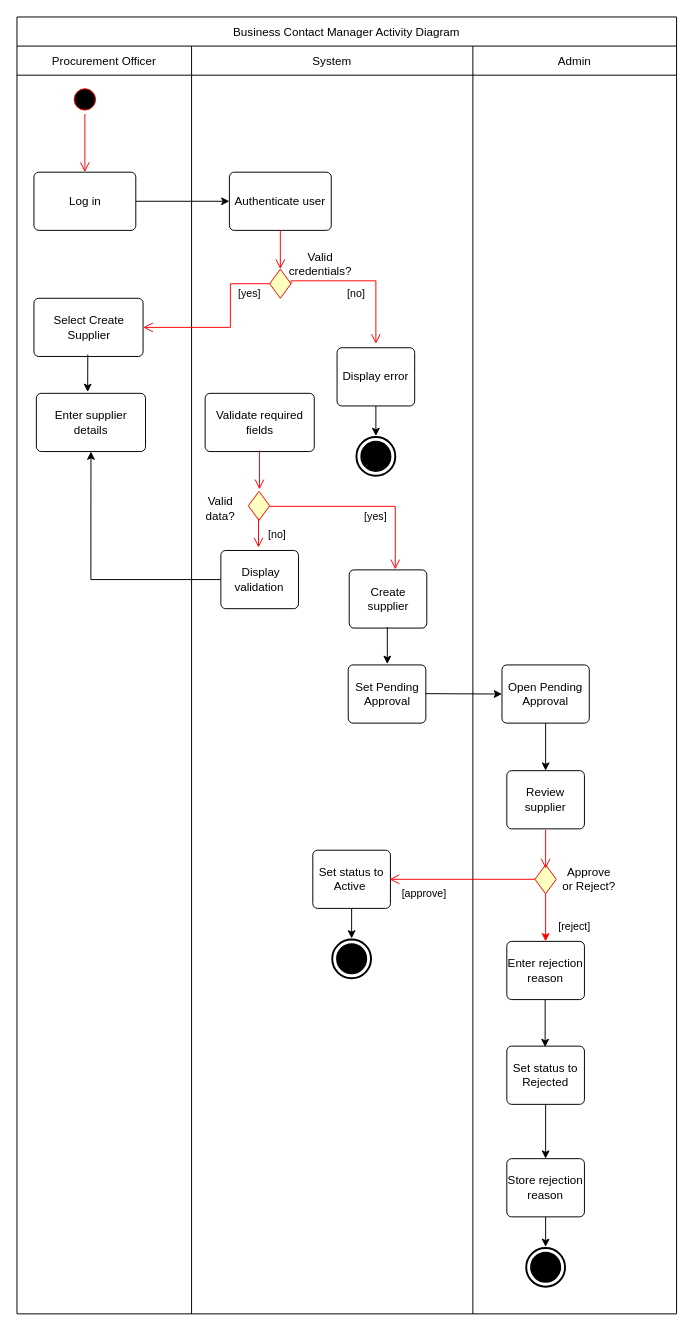
Earlier version of the draw.io diagram Activity Diagram.drawio (jessielu-qut/Business-Contact-Manager). Source tidied: cells renumbered, new cells numbered last; positions are measured from the earlier drawing's top-left corner, leaving out a move shared by most shapes. Both pictures are drawn from the tidied source at 97%, with x=0, y=0 at pixel (16, 16).
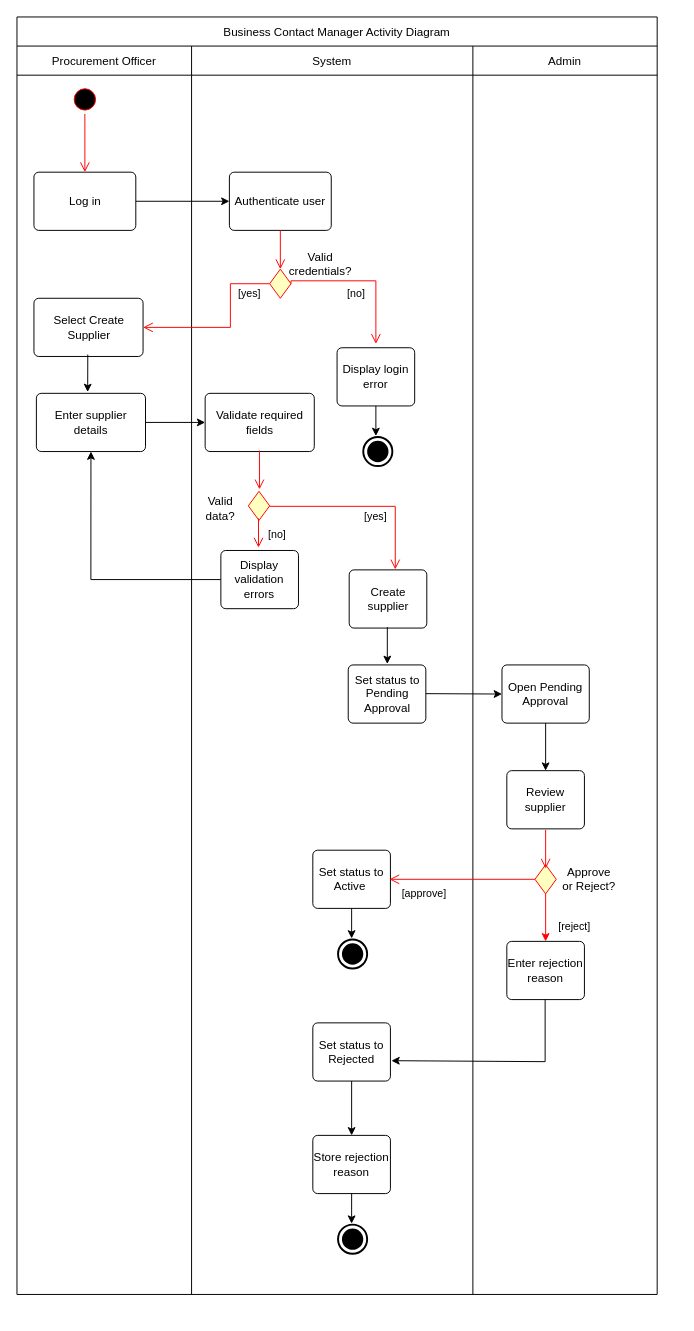
After the change.

The change refers to these unchanged cells:
```xml
<mxCell id="9" value="Enter supplier details" style="html=1;align=center;verticalAlign=middle;rounded=1;absoluteArcSize=1;arcSize=10;dashed=0;whiteSpace=wrap;" parent="4" vertex="1">
  <mxGeometry x="20" y="358" width="112.5" height="60" as="geometry" />
</mxCell>
<mxCell id="21" value="Validate required fields" style="html=1;align=center;verticalAlign=middle;rounded=1;absoluteArcSize=1;arcSize=10;dashed=0;whiteSpace=wrap;" parent="10" vertex="1">
  <mxGeometry x="14" y="358" width="112.5" height="60" as="geometry" />
</mxCell>
```

Diff of the diagram source:
```diff
@@
     <mxCell id="2" value="Business Contact Manager Activity Diagram" style="shape=table;childLayout=tableLayout;fixedHeader=1;startSize=30;" parent="1" vertex="1">
-      <mxGeometry width="680" height="1337" as="geometry" />
+      <mxGeometry width="660" height="1317" as="geometry" />
     </mxCell>
     <mxCell id="3" style="shape=tableRow;horizontal=0;swimlaneHead=0;swimlaneBody=0;top=0;left=0;strokeColor=inherit;bottom=0;right=0;fontStyle=0;fillColor=none;startSize=0;fixedHeader=1;" parent="2" vertex="1">
-      <mxGeometry y="30" width="680" height="1307" as="geometry" />
+      <mxGeometry y="30" width="660" height="1287" as="geometry" />
     </mxCell>
     <mxCell id="4" value="Procurement Officer" style="swimlane;swimlaneHead=0;swimlaneBody=0;fontStyle=0;strokeColor=inherit;fillColor=none;startSize=30;" parent="3" vertex="1">
-      <mxGeometry width="180" height="1307" as="geometry" />
+      <mxGeometry width="180" height="1287" as="geometry" />
     </mxCell>
@@
     <mxCell id="10" value="System" style="swimlane;swimlaneHead=0;swimlaneBody=0;fontStyle=0;strokeColor=inherit;fillColor=none;startSize=30;" parent="3" vertex="1">
-      <mxGeometry x="180" width="290" height="1307" as="geometry" />
+      <mxGeometry x="180" width="290" height="1287" as="geometry" />
     </mxCell>
@@
-    <mxCell id="16" value="Display error" style="html=1;align=center;verticalAlign=middle;rounded=1;absoluteArcSize=1;arcSize=10;dashed=0;whiteSpace=wrap;" parent="10" vertex="1">
+    <mxCell id="16" value="Display login error" style="html=1;align=center;verticalAlign=middle;rounded=1;absoluteArcSize=1;arcSize=10;dashed=0;whiteSpace=wrap;" parent="10" vertex="1">
       <mxGeometry x="150" y="311" width="80" height="60" as="geometry" />
     </mxCell>
@@
     <mxCell id="22" style="html=1;shape=mxgraph.sysml.actFinal;strokeWidth=2;verticalLabelPosition=bottom;verticalAlignment=top;" parent="10" vertex="1">
-      <mxGeometry x="170" y="403" width="40" height="40" as="geometry" />
+      <mxGeometry x="177" y="403" width="30" height="30" as="geometry" />
     </mxCell>
-    <mxCell id="23" value="&amp;nbsp;Display validation" style="html=1;align=center;verticalAlign=middle;rounded=1;absoluteArcSize=1;arcSize=10;dashed=0;whiteSpace=wrap;" parent="10" vertex="1">
+    <mxCell id="23" value="Display validation errors" style="html=1;align=center;verticalAlign=middle;rounded=1;absoluteArcSize=1;arcSize=10;dashed=0;whiteSpace=wrap;" parent="10" vertex="1">
       <mxGeometry x="30.2" y="520" width="80" height="60" as="geometry" />
     </mxCell>
@@
-    <mxCell id="28" value="Set Pending Approval" style="html=1;align=center;verticalAlign=middle;rounded=1;absoluteArcSize=1;arcSize=10;dashed=0;whiteSpace=wrap;" parent="10" vertex="1">
+    <mxCell id="28" value="Set status to Pending Approval" style="html=1;align=center;verticalAlign=middle;rounded=1;absoluteArcSize=1;arcSize=10;dashed=0;whiteSpace=wrap;" parent="10" vertex="1">
       <mxGeometry x="161.5" y="638" width="80" height="60" as="geometry" />
     </mxCell>
@@
     <mxCell id="33" style="html=1;shape=mxgraph.sysml.actFinal;strokeWidth=2;verticalLabelPosition=bottom;verticalAlignment=top;" parent="10" vertex="1">
-      <mxGeometry x="145" y="921" width="40" height="40" as="geometry" />
+      <mxGeometry x="151" y="921" width="30" height="30" as="geometry" />
     </mxCell>
@@
+    <mxCell id="45" style="edgeStyle=orthogonalEdgeStyle;rounded=0;jettySize=auto;html=1;" parent="10" edge="1" source="46" target="48">
+      <mxGeometry relative="1" as="geometry" />
+    </mxCell>
+    <mxCell id="46" value="Set status to Rejected" style="html=1;align=center;verticalAlign=middle;rounded=1;absoluteArcSize=1;arcSize=10;dashed=0;whiteSpace=wrap;" parent="10" vertex="1">
+      <mxGeometry x="125" y="1007" width="80" height="60" as="geometry" />
+    </mxCell>
+    <mxCell id="48" value="Store rejection reason" style="html=1;align=center;verticalAlign=middle;rounded=1;absoluteArcSize=1;arcSize=10;dashed=0;whiteSpace=wrap;" parent="10" vertex="1">
+      <mxGeometry x="125" y="1123" width="80" height="60" as="geometry" />
+    </mxCell>
+    <mxCell id="49" style="endArrow=classic;html=1;rounded=0;exitX=0.5;exitY=1;exitDx=0;exitDy=0;entryX=0.5;entryY=0;entryDx=0;entryDy=0;" parent="10" edge="1">
+      <mxGeometry relative="1" as="geometry">
+        <mxPoint x="165" y="1183" as="sourcePoint" />
+        <mxPoint x="165" y="1214" as="targetPoint" />
+      </mxGeometry>
+    </mxCell>
+    <mxCell id="50" style="html=1;shape=mxgraph.sysml.actFinal;strokeWidth=2;verticalLabelPosition=bottom;verticalAlignment=top;" parent="10" vertex="1">
+      <mxGeometry x="151" y="1215" width="30" height="30" as="geometry" />
+    </mxCell>
     <mxCell id="35" value="Admin" style="swimlane;swimlaneHead=0;swimlaneBody=0;fontStyle=0;strokeColor=inherit;fillColor=none;startSize=30;" parent="3" vertex="1">
-      <mxGeometry x="470" width="210" height="1307" as="geometry" />
+      <mxGeometry x="470" width="190" height="1287" as="geometry" />
     </mxCell>
@@
-    <mxCell id="45" style="edgeStyle=orthogonalEdgeStyle;rounded=0;jettySize=auto;html=1;" parent="35" edge="1" source="46" target="48">
-      <mxGeometry relative="1" as="geometry" />
-    </mxCell>
-    <mxCell id="46" value="Set status to Rejected" style="html=1;align=center;verticalAlign=middle;rounded=1;absoluteArcSize=1;arcSize=10;dashed=0;whiteSpace=wrap;" parent="35" vertex="1">
-      <mxGeometry x="35" y="1031" width="80" height="60" as="geometry" />
-    </mxCell>
-    <mxCell id="47" style="endArrow=classic;html=1;rounded=0;exitX=0.5;exitY=1;exitDx=0;exitDy=0;entryX=0.5;entryY=0;entryDx=0;entryDy=0;" parent="35" edge="1">
+    <mxCell id="47" style="endArrow=classic;html=1;rounded=0;exitX=0.5;exitY=1;exitDx=0;exitDy=0;entryX=1.013;entryY=0.65;entryDx=0;entryDy=0;entryPerimeter=0;" parent="35" edge="1" target="46">
       <mxGeometry relative="1" as="geometry">
         <mxPoint x="74.5" y="983" as="sourcePoint" />
-        <mxPoint x="74.5" y="1032" as="targetPoint" />
+        <Array as="points">
+          <mxPoint x="74.5" y="1047" />
+        </Array>
       </mxGeometry>
     </mxCell>
-    <mxCell id="48" value="Store rejection reason" style="html=1;align=center;verticalAlign=middle;rounded=1;absoluteArcSize=1;arcSize=10;dashed=0;whiteSpace=wrap;" parent="35" vertex="1">
-      <mxGeometry x="35" y="1147" width="80" height="60" as="geometry" />
-    </mxCell>
-    <mxCell id="49" style="endArrow=classic;html=1;rounded=0;exitX=0.5;exitY=1;exitDx=0;exitDy=0;entryX=0.5;entryY=0;entryDx=0;entryDy=0;" parent="35" edge="1">
-      <mxGeometry relative="1" as="geometry">
-        <mxPoint x="75" y="1207" as="sourcePoint" />
-        <mxPoint x="75" y="1238" as="targetPoint" />
-      </mxGeometry>
-    </mxCell>
-    <mxCell id="50" style="html=1;shape=mxgraph.sysml.actFinal;strokeWidth=2;verticalLabelPosition=bottom;verticalAlignment=top;" parent="35" vertex="1">
-      <mxGeometry x="55" y="1239" width="40" height="40" as="geometry" />
-    </mxCell>
@@
+    <mxCell id="59" style="edgeStyle=orthogonalEdgeStyle;rounded=0;jettySize=auto;html=1;" parent="3" edge="1" source="9" target="21">
+      <mxGeometry relative="1" as="geometry" />
+    </mxCell>
```
